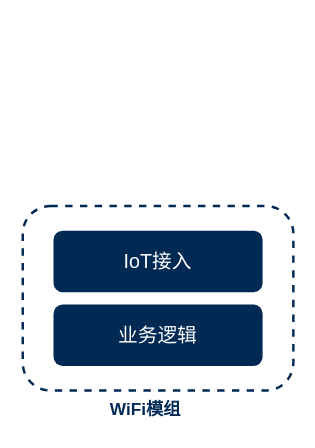
The draw.io diagram Blueair-模组.drawio in xunzhaoxusanduo/1-drawio, before the edit. Source tidied: cells renumbered, new cells numbered last; positions are measured from the earlier drawing's top-left corner, leaving out a move shared by most shapes. Both pictures are drawn from the tidied source at 123%, with x=0, y=0 at pixel (22, 205).
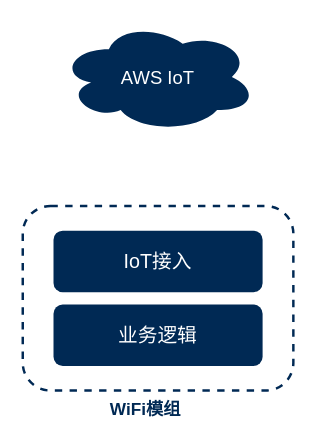
The same diagram, later.

Change to the diagram source:
```diff
@@
 <mxGraphModel>
   <root>
     <mxCell id="0" />
     <mxCell id="1" parent="0" />
     <mxCell id="2" style="rounded=1;whiteSpace=wrap;html=1;strokeColor=#002954;dashed=1;strokeWidth=2;" parent="1" vertex="1">
       <mxGeometry width="220" height="150" as="geometry" />
     </mxCell>
     <mxCell id="3" value="&lt;font style=&quot;font-size: 16px;&quot;&gt;IoT接入&lt;/font&gt;" style="rounded=1;whiteSpace=wrap;html=1;fillColor=#002954;strokeColor=none;fontColor=#FFFFFF;" parent="1" vertex="1">
       <mxGeometry x="25" y="20" width="170" height="50" as="geometry" />
     </mxCell>
     <mxCell id="4" value="&lt;font style=&quot;font-size: 16px;&quot;&gt;业务逻辑&lt;/font&gt;" style="rounded=1;whiteSpace=wrap;html=1;fillColor=#002954;strokeColor=none;fontColor=#FFFFFF;" parent="1" vertex="1">
       <mxGeometry x="25" y="80" width="170" height="50" as="geometry" />
     </mxCell>
     <mxCell id="5" value="&lt;font style=&quot;font-size: 14px;&quot; color=&quot;#002954&quot;&gt;WiFi模组&lt;/font&gt;" style="text;html=1;align=center;verticalAlign=middle;whiteSpace=wrap;rounded=0;fontStyle=1;fontSize=14;" parent="1" vertex="1">
       <mxGeometry x="70" y="150" width="60" height="30" as="geometry" />
     </mxCell>
+    <mxCell id="6" value="&lt;font style=&quot;font-size: 15px;&quot; color=&quot;#ffffff&quot;&gt;AWS IoT&lt;/font&gt;" style="ellipse;shape=cloud;whiteSpace=wrap;html=1;strokeColor=none;fillColor=#002954;" parent="1" vertex="1">
+      <mxGeometry x="30" y="-150" width="160" height="90" as="geometry" />
+    </mxCell>
   </root>
 </mxGraphModel>
```
